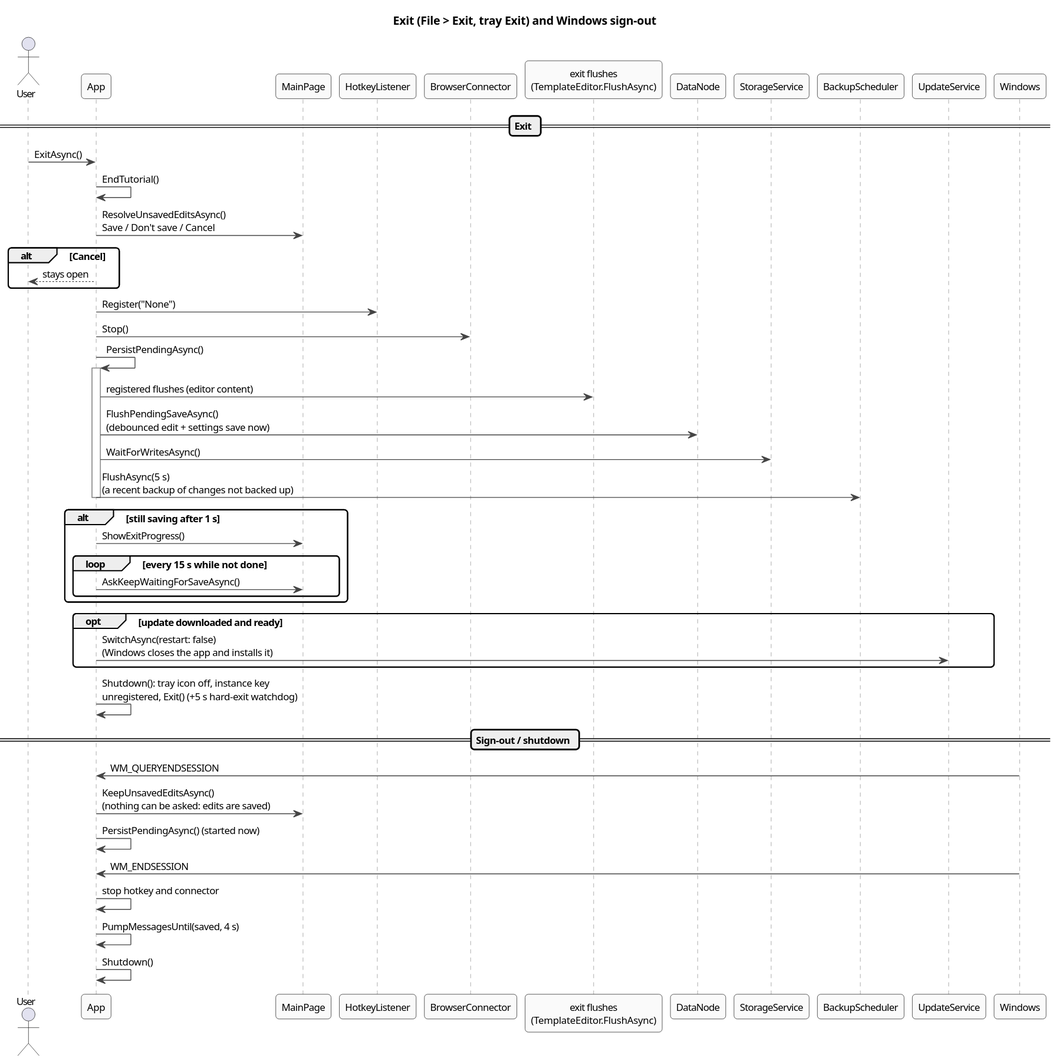
halatsWol/TextTemplateManager-v2 keeps this PlantUML diagram as docs/architecture/diagrams/seq-exit.svg. Above is the earlier version.
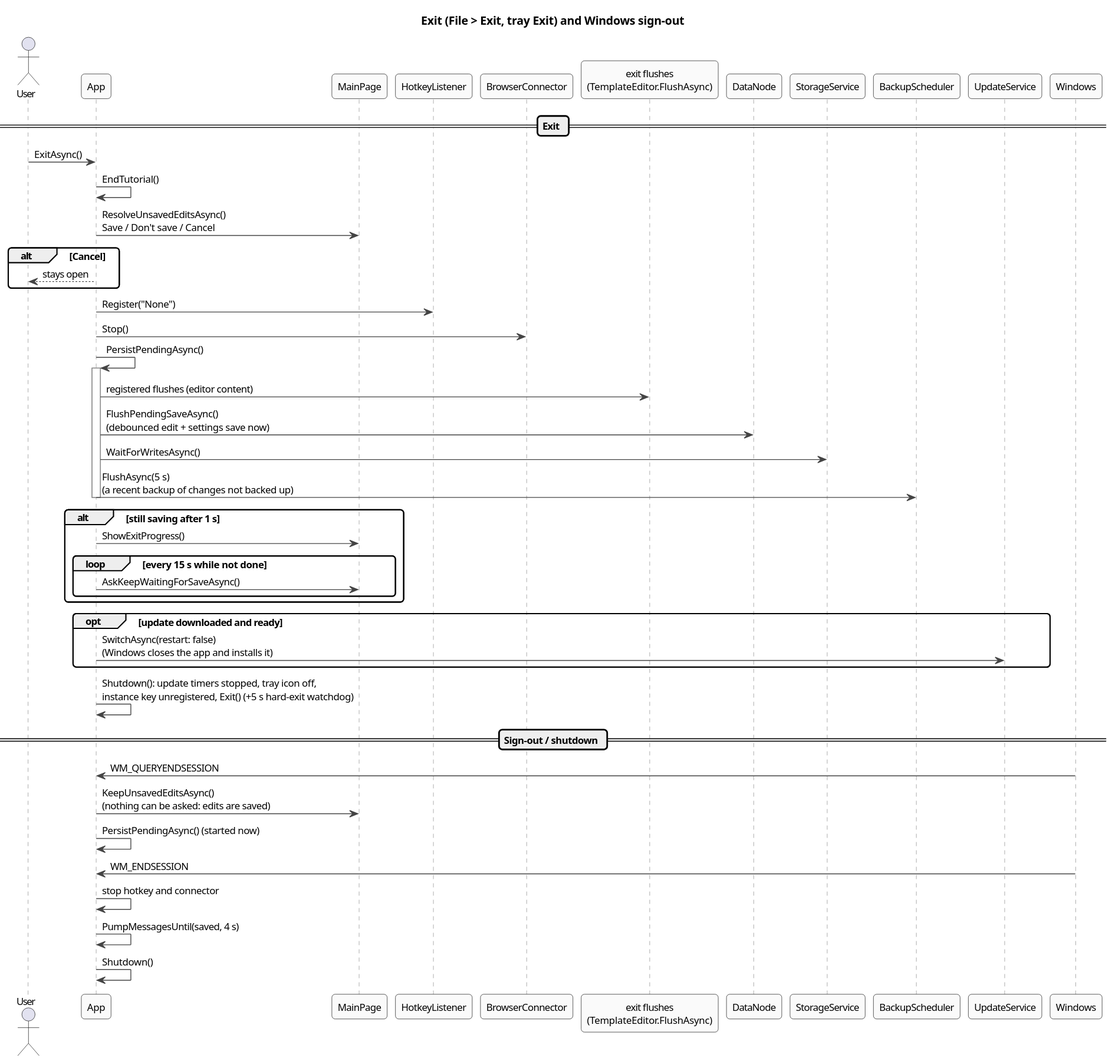
After the change.

Commit message:
updates: stop idle-install and check timers at shutdown; update.log logs every check result and ready

Change to the diagram source:
```diff
@@ -38,7 +38,7 @@
 opt update downloaded and ready
   App -> UpdateService : SwitchAsync(restart: false)\n(Windows closes the app and installs it)
 end
-App -> App : Shutdown(): tray icon off, instance key\nunregistered, Exit() (+5 s hard-exit watchdog)
+App -> App : Shutdown(): update timers stopped, tray icon off,\ninstance key unregistered, Exit() (+5 s hard-exit watchdog)
 
 == Sign-out / shutdown ==
 participant Windows as OS
```
